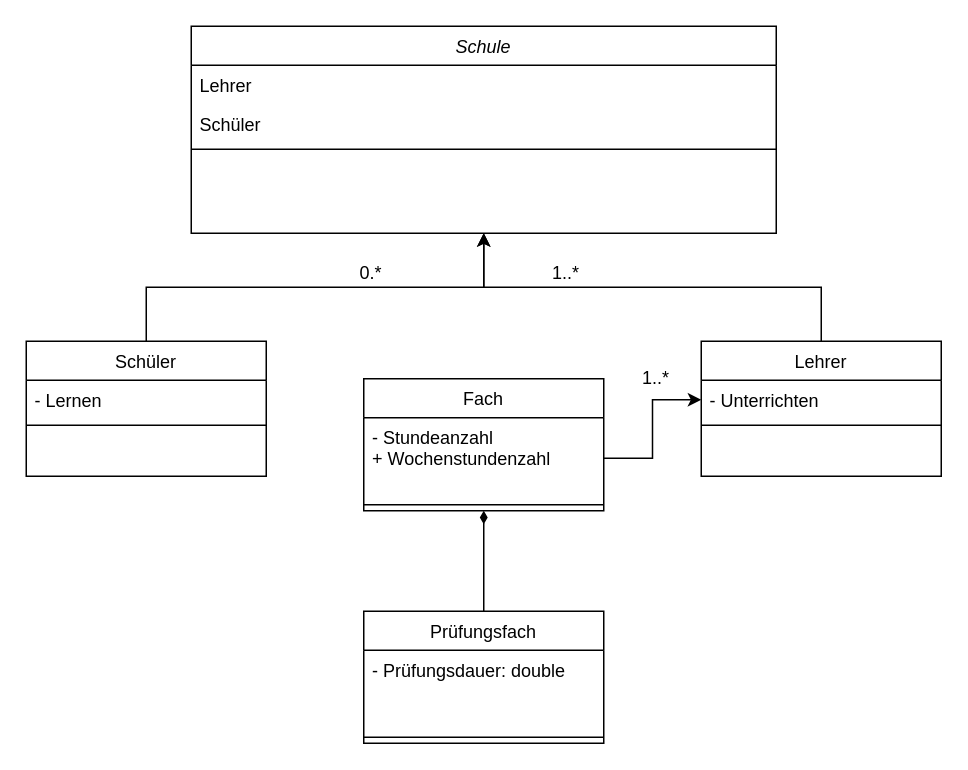
Earlier version of the draw.io diagram Unbenanntes Diagramm.drawio (BreMoon/Tresor-typescript). Source tidied: cells renumbered, new cells numbered last; positions are measured from the earlier drawing's top-left corner, leaving out a move shared by most shapes. Both pictures are drawn from the tidied source at 150%, with x=0, y=0 at pixel (26, 26).
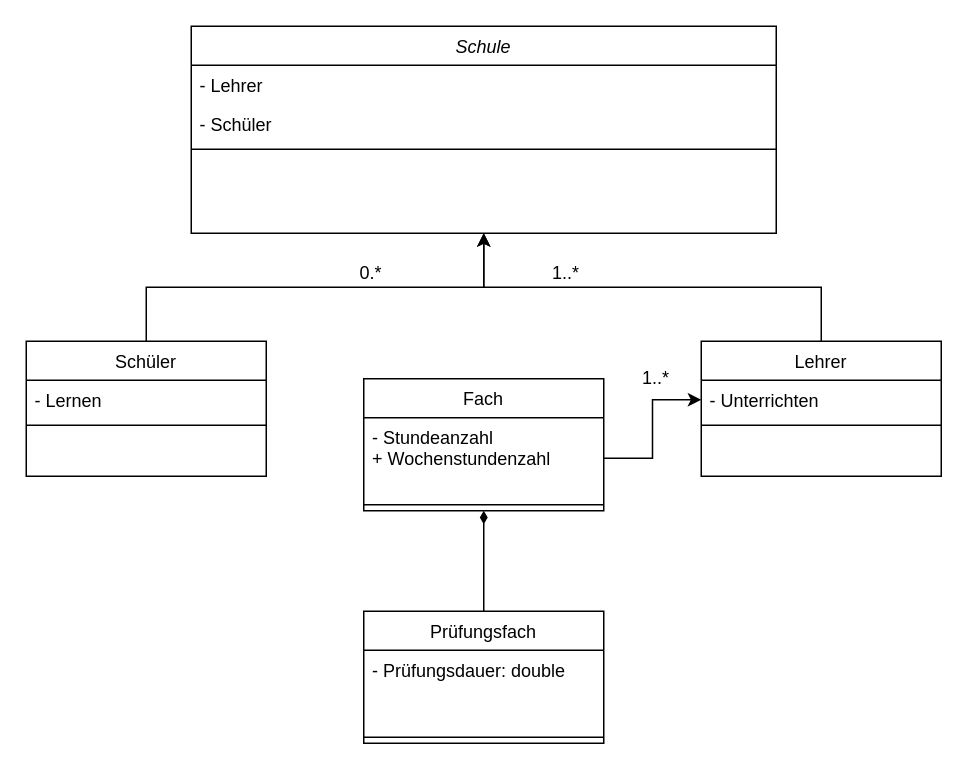
The same page after the edit.

The change refers to these unchanged cells:
```xml
<mxCell id="2" value="Schule" style="swimlane;fontStyle=2;align=center;verticalAlign=top;horizontal=1;startSize=26;rounded=0;shadow=0;strokeWidth=1;" parent="1" vertex="1">
  <mxGeometry x="110" width="390" height="138" as="geometry" />
</mxCell>
```

What changed in the source:
```diff
@@
-    <mxCell id="3" value="Lehrer    " style="text;align=left;verticalAlign=top;spacingLeft=4;spacingRight=4;overflow=hidden;" parent="2" vertex="1">
+    <mxCell id="3" value="- Lehrer    " style="text;align=left;verticalAlign=top;spacingLeft=4;spacingRight=4;overflow=hidden;" parent="2" vertex="1">
       <mxGeometry y="26" width="390" height="26" as="geometry" />
     </mxCell>
-    <mxCell id="4" value="Schüler" style="text;align=left;verticalAlign=top;spacingLeft=4;spacingRight=4;overflow=hidden;rounded=0;shadow=0;html=0;" parent="2" vertex="1">
+    <mxCell id="4" value="- Schüler" style="text;align=left;verticalAlign=top;spacingLeft=4;spacingRight=4;overflow=hidden;rounded=0;shadow=0;html=0;" parent="2" vertex="1">
       <mxGeometry y="52" width="390" height="26" as="geometry" />
     </mxCell>
```
